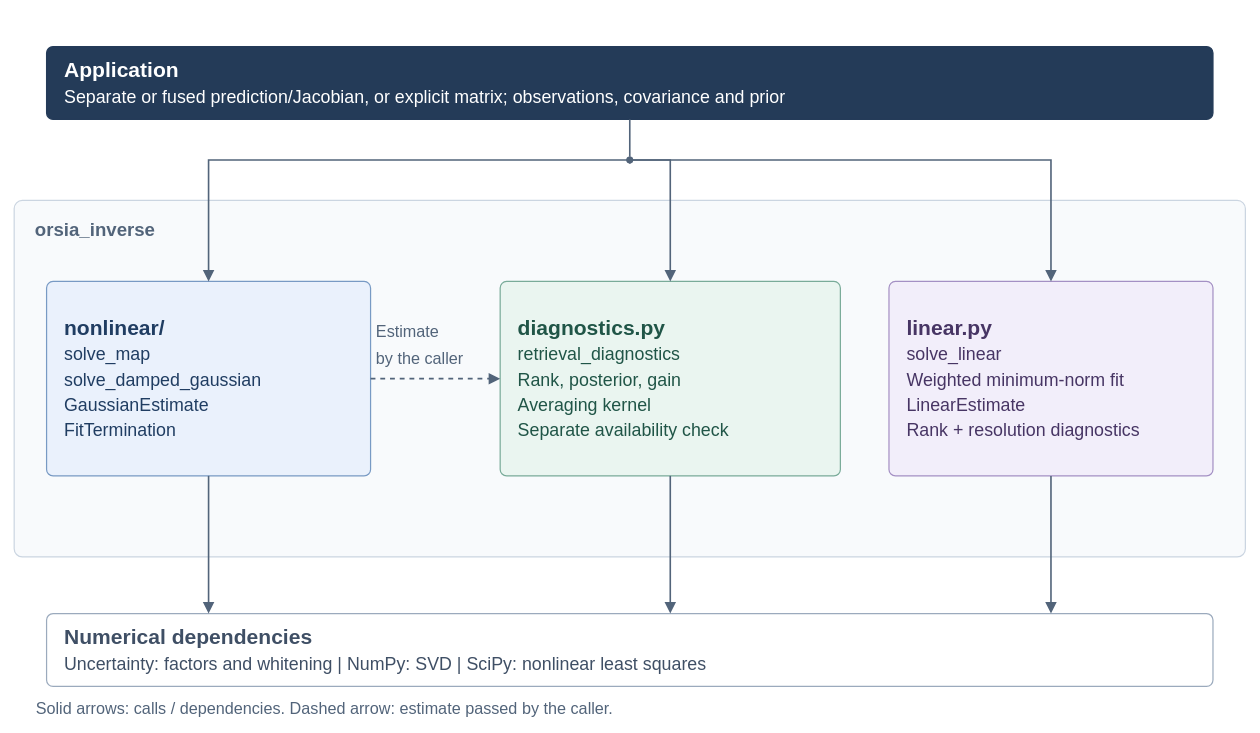
Before: libs/orsia-inverse/docs/diagrams/architecture.drawio in scklab-dev/orsia, a draw.io diagram. Source tidied: cells renumbered, new cells numbered last; positions are measured from the earlier drawing's top-left corner, leaving out a move shared by most shapes. Both pictures are drawn from the tidied source at 81%, with x=0, y=0 at pixel (14, 46).
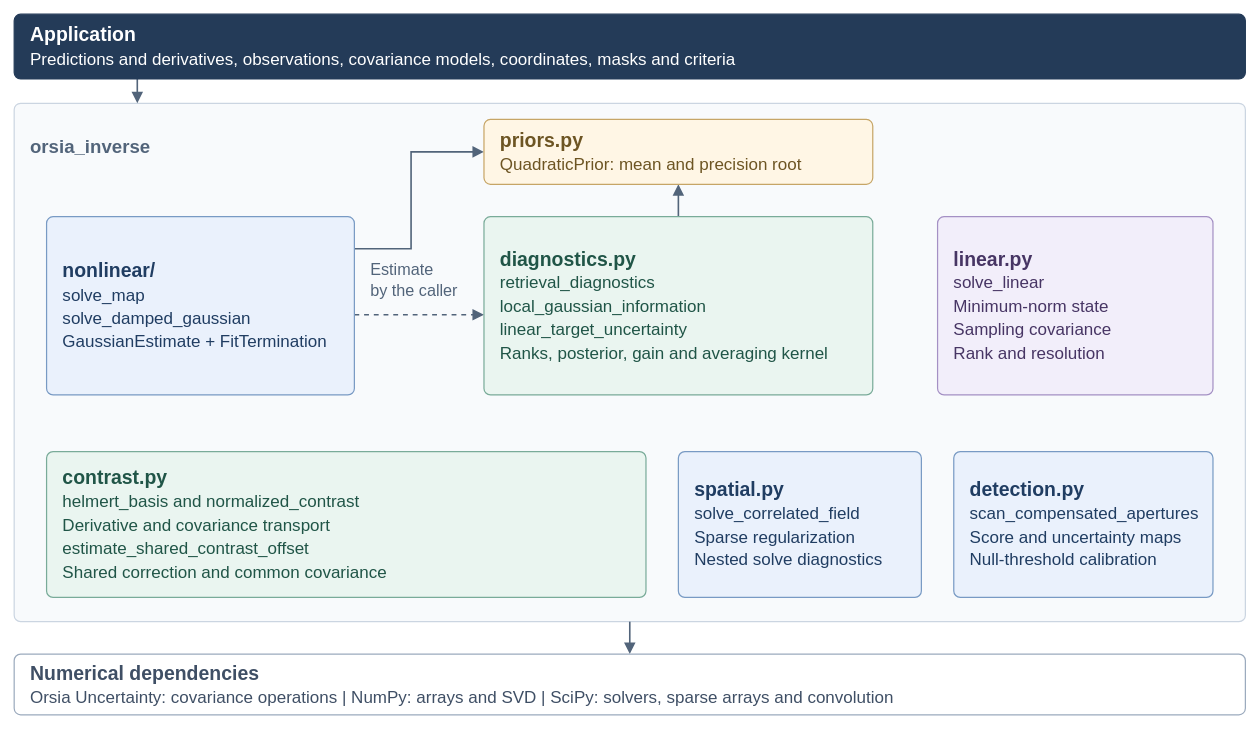
The same diagram, later.

What changed in the source:
```diff
@@
+    <mxCell id="3" value="orsia_inverse" style="rounded=1;absoluteArcSize=1;arcSize=16;whiteSpace=wrap;html=1;align=left;verticalAlign=middle;spacing=20;fontFamily=Helvetica;fontSize=23;fontColor=#52647A;fillColor=#F8FAFC;strokeColor=#CBD5E1;strokeWidth=1.5;verticalAlign=top;spacingTop=16;fontStyle=1;" parent="1" vertex="1">
+      <mxGeometry y="70" width="1520" height="640" as="geometry" />
+    </mxCell>
+    <mxCell id="20" style="edgeStyle=orthogonalEdgeStyle;rounded=0;html=0;endArrow=block;endFill=1;endSize=9;strokeWidth=2;strokeColor=#52647A;fontColor=#52647A;fillColor=none;dashed=0;exitX=0.1;exitY=1;entryX=0.1;entryY=0;" parent="1" edge="1" source="2" target="3">
+      <mxGeometry relative="1" as="geometry" />
+    </mxCell>
+    <mxCell id="21" style="edgeStyle=orthogonalEdgeStyle;rounded=0;html=0;endArrow=block;endFill=1;endSize=9;strokeWidth=2;strokeColor=#52647A;fontColor=#52647A;fillColor=none;dashed=0;exitX=0.5;exitY=1;entryX=0.5;entryY=0;" parent="1" edge="1" source="3" target="13">
+      <mxGeometry relative="1" as="geometry" />
+    </mxCell>
+    <mxCell id="22" style="edgeStyle=orthogonalEdgeStyle;rounded=0;html=0;endArrow=block;endFill=1;endSize=9;strokeWidth=2;strokeColor=#52647A;fontColor=#52647A;fillColor=none;dashed=0;exitX=1;exitY=0.18;entryX=0;entryY=0.5;" parent="3" edge="1" source="4" target="24">
+      <mxGeometry relative="1" as="geometry">
+        <Array as="points">
+          <mxPoint x="490" y="180" />
+          <mxPoint x="490" y="60" />
+        </Array>
+      </mxGeometry>
+    </mxCell>
+    <mxCell id="23" style="edgeStyle=orthogonalEdgeStyle;rounded=0;html=0;endArrow=block;endFill=1;endSize=9;strokeWidth=2;strokeColor=#52647A;fontColor=#52647A;fillColor=none;dashed=0;exitX=0.5;exitY=0;entryX=0.5;entryY=1;" parent="3" edge="1" source="5" target="24">
+      <mxGeometry relative="1" as="geometry" />
+    </mxCell>
+    <mxCell id="10" style="edgeStyle=orthogonalEdgeStyle;rounded=0;html=0;endArrow=block;endFill=1;endSize=9;strokeWidth=2;strokeColor=#52647A;fontColor=#52647A;fillColor=none;dashed=1;exitX=1;exitY=0.55;entryX=0;entryY=0.55;" parent="3" edge="1" source="4" target="5">
+      <mxGeometry relative="1" as="geometry" />
+    </mxCell>
-    <mxCell id="2" value="&lt;b&gt;Application&lt;/b&gt;&lt;br&gt;&lt;span style=&quot;font-size:22px&quot;&gt;Separate or fused prediction/Jacobian, or explicit matrix; observations, covariance and prior&lt;/span&gt;" style="rounded=1;absoluteArcSize=1;arcSize=16;whiteSpace=wrap;html=1;align=left;verticalAlign=middle;spacing=22;fontFamily=Helvetica;fontSize=26;fontColor=#FFFFFF;fillColor=#243B58;strokeColor=#243B58;strokeWidth=1.5;" parent="1" vertex="1">
-      <mxGeometry x="40" width="1440" height="90" as="geometry" />
+    <mxCell id="2" value="&lt;b&gt;Application&lt;/b&gt;&lt;br&gt;&lt;span style=&quot;font-size:21px&quot;&gt;Predictions and derivatives, observations, covariance models, coordinates, masks and criteria&lt;/span&gt;" style="rounded=1;absoluteArcSize=1;arcSize=16;whiteSpace=wrap;html=1;align=left;verticalAlign=middle;spacing=20;fontFamily=Helvetica;fontSize=24;fontColor=#FFFFFF;fillColor=#243B58;strokeColor=#243B58;strokeWidth=1.5;" parent="1" vertex="1">
+      <mxGeometry y="-40" width="1520" height="80" as="geometry" />
     </mxCell>
-    <mxCell id="3" value="orsia_inverse" style="rounded=1;absoluteArcSize=1;arcSize=20;whiteSpace=wrap;html=0;align=left;verticalAlign=top;spacingLeft=24;spacingTop=16;fontFamily=Helvetica;fontSize=23;fontStyle=1;fontColor=#52647A;fillColor=#F8FAFC;strokeColor=#CBD5E1;strokeWidth=1.5;" parent="1" vertex="1">
-      <mxGeometry y="190" width="1520" height="440" as="geometry" />
-    </mxCell>
+    <mxCell id="13" value="&lt;b&gt;Numerical dependencies&lt;/b&gt;&lt;br&gt;&lt;span style=&quot;font-size:21px&quot;&gt;Orsia Uncertainty: covariance operations  |  NumPy: arrays and SVD  |  SciPy: solvers, sparse arrays and convolution&lt;/span&gt;" style="rounded=1;absoluteArcSize=1;arcSize=16;whiteSpace=wrap;html=1;align=left;verticalAlign=middle;spacing=20;fontFamily=Helvetica;fontSize=24;fontColor=#3F4F65;fillColor=#FFFFFF;strokeColor=#9BAABD;strokeWidth=1.5;" parent="1" vertex="1">
+      <mxGeometry y="750" width="1520" height="75" as="geometry" />
+    </mxCell>
+    <mxCell id="24" value="&lt;b&gt;priors.py&lt;/b&gt;&lt;br&gt;&lt;span style=&quot;font-size:21px&quot;&gt;QuadraticPrior: mean and precision root&lt;/span&gt;" style="rounded=1;absoluteArcSize=1;arcSize=16;whiteSpace=wrap;html=1;align=left;verticalAlign=middle;spacing=20;fontFamily=Helvetica;fontSize=24;fontColor=#6D5523;fillColor=#FFF6E5;strokeColor=#C6A566;strokeWidth=1.5;" parent="3" vertex="1">
+      <mxGeometry x="580" y="20" width="480" height="80" as="geometry" />
+    </mxCell>
-    <mxCell id="4" value="&lt;b&gt;nonlinear/&lt;/b&gt;&lt;br&gt;&lt;span style=&quot;font-size:22px&quot;&gt;solve_map&lt;br&gt;solve_damped_gaussian&lt;br&gt;GaussianEstimate&lt;br&gt;FitTermination&lt;/span&gt;" style="rounded=1;absoluteArcSize=1;arcSize=16;whiteSpace=wrap;html=1;align=left;verticalAlign=middle;spacing=22;fontFamily=Helvetica;fontSize=26;fontColor=#203D62;fillColor=#EAF1FC;strokeColor=#789AC4;strokeWidth=1.5;" parent="3" vertex="1">
-      <mxGeometry x="40" y="100" width="400" height="240" as="geometry" />
+    <mxCell id="4" value="&lt;b&gt;nonlinear/&lt;/b&gt;&lt;br&gt;&lt;span style=&quot;font-size:21px&quot;&gt;solve_map&lt;br&gt;solve_damped_gaussian&lt;br&gt;GaussianEstimate + FitTermination&lt;/span&gt;" style="rounded=1;absoluteArcSize=1;arcSize=16;whiteSpace=wrap;html=1;align=left;verticalAlign=middle;spacing=20;fontFamily=Helvetica;fontSize=24;fontColor=#203D62;fillColor=#EAF1FC;strokeColor=#789AC4;strokeWidth=1.5;" parent="3" vertex="1">
+      <mxGeometry x="40" y="140" width="380" height="220" as="geometry" />
     </mxCell>
-    <mxCell id="5" value="&lt;b&gt;diagnostics.py&lt;/b&gt;&lt;br&gt;&lt;span style=&quot;font-size:22px&quot;&gt;retrieval_diagnostics&lt;br&gt;Rank, posterior, gain&lt;br&gt;Averaging kernel&lt;br&gt;Separate availability check&lt;/span&gt;" style="rounded=1;absoluteArcSize=1;arcSize=16;whiteSpace=wrap;html=1;align=left;verticalAlign=middle;spacing=22;fontFamily=Helvetica;fontSize=26;fontColor=#205547;fillColor=#EAF5F0;strokeColor=#79AB99;strokeWidth=1.5;" parent="3" vertex="1">
-      <mxGeometry x="600" y="100" width="420" height="240" as="geometry" />
+    <mxCell id="5" value="&lt;b&gt;diagnostics.py&lt;/b&gt;&lt;br&gt;&lt;span style=&quot;font-size:21px&quot;&gt;retrieval_diagnostics&lt;br&gt;local_gaussian_information&lt;br&gt;linear_target_uncertainty&lt;br&gt;Ranks, posterior, gain and averaging kernel&lt;/span&gt;" style="rounded=1;absoluteArcSize=1;arcSize=16;whiteSpace=wrap;html=1;align=left;verticalAlign=middle;spacing=20;fontFamily=Helvetica;fontSize=24;fontColor=#205547;fillColor=#EAF5F0;strokeColor=#79AB99;strokeWidth=1.5;" parent="3" vertex="1">
+      <mxGeometry x="580" y="140" width="480" height="220" as="geometry" />
     </mxCell>
-    <mxCell id="6" style="ellipse;html=0;fillColor=#52647A;strokeColor=#52647A;fontColor=#52647A;" parent="1" vertex="1">
-      <mxGeometry x="756" y="136" width="8" height="8" as="geometry" />
-    </mxCell>
-    <mxCell id="7" style="edgeStyle=orthogonalEdgeStyle;rounded=0;html=0;exitX=0.5;exitY=1;entryX=0.5;entryY=0;endArrow=none;endFill=1;endSize=9;strokeWidth=2;strokeColor=#52647A;fontColor=#52647A;fillColor=none;dashed=0;" parent="1" edge="1" source="2" target="6">
-      <mxGeometry relative="1" as="geometry" />
-    </mxCell>
-    <mxCell id="8" style="edgeStyle=orthogonalEdgeStyle;rounded=0;html=0;exitX=0.5;exitY=1;entryX=0.5;entryY=0;endArrow=block;endFill=1;endSize=9;strokeWidth=2;strokeColor=#52647A;fontColor=#52647A;fillColor=none;dashed=0;" parent="1" edge="1" source="6" target="4">
-      <mxGeometry relative="1" as="geometry">
-        <Array as="points">
-          <mxPoint x="240" y="140" />
-        </Array>
-      </mxGeometry>
-    </mxCell>
-    <mxCell id="9" style="edgeStyle=orthogonalEdgeStyle;rounded=0;html=0;exitX=0.5;exitY=1;entryX=0.5;entryY=0;endArrow=block;endFill=1;endSize=9;strokeWidth=2;strokeColor=#52647A;fontColor=#52647A;fillColor=none;dashed=0;" parent="1" edge="1" source="6" target="5">
-      <mxGeometry relative="1" as="geometry">
-        <Array as="points">
-          <mxPoint x="810" y="140" />
-        </Array>
-      </mxGeometry>
-    </mxCell>
-    <mxCell id="10" style="edgeStyle=orthogonalEdgeStyle;rounded=0;html=0;exitX=1;exitY=0.5;entryX=0;entryY=0.5;endArrow=block;endFill=1;endSize=9;strokeWidth=2;strokeColor=#52647A;fontColor=#52647A;fillColor=none;dashed=1;" parent="3" edge="1" source="4" target="5">
-      <mxGeometry relative="1" as="geometry" />
-    </mxCell>
+    <mxCell id="17" value="&lt;b&gt;linear.py&lt;/b&gt;&lt;br&gt;&lt;span style=&quot;font-size:21px&quot;&gt;solve_linear&lt;br&gt;Minimum-norm state&lt;br&gt;Sampling covariance&lt;br&gt;Rank and resolution&lt;/span&gt;" style="rounded=1;absoluteArcSize=1;arcSize=16;whiteSpace=wrap;html=1;align=left;verticalAlign=middle;spacing=20;fontFamily=Helvetica;fontSize=24;fontColor=#473564;fillColor=#F2EEFA;strokeColor=#A490C4;strokeWidth=1.5;" parent="3" vertex="1">
+      <mxGeometry x="1140" y="140" width="340" height="220" as="geometry" />
+    </mxCell>
+    <mxCell id="25" value="&lt;b&gt;contrast.py&lt;/b&gt;&lt;br&gt;&lt;span style=&quot;font-size:21px&quot;&gt;helmert_basis and normalized_contrast&lt;br&gt;Derivative and covariance transport&lt;br&gt;estimate_shared_contrast_offset&lt;br&gt;Shared correction and common covariance&lt;/span&gt;" style="rounded=1;absoluteArcSize=1;arcSize=16;whiteSpace=wrap;html=1;align=left;verticalAlign=middle;spacing=20;fontFamily=Helvetica;fontSize=24;fontColor=#205547;fillColor=#EAF5F0;strokeColor=#79AB99;strokeWidth=1.5;" parent="3" vertex="1">
+      <mxGeometry x="40" y="430" width="740" height="180" as="geometry" />
+    </mxCell>
+    <mxCell id="26" value="&lt;b&gt;spatial.py&lt;/b&gt;&lt;br&gt;&lt;span style=&quot;font-size:21px&quot;&gt;solve_correlated_field&lt;br&gt;Sparse regularization&lt;br&gt;Nested solve diagnostics&lt;/span&gt;" style="rounded=1;absoluteArcSize=1;arcSize=16;whiteSpace=wrap;html=1;align=left;verticalAlign=middle;spacing=20;fontFamily=Helvetica;fontSize=24;fontColor=#203D62;fillColor=#EAF1FC;strokeColor=#789AC4;strokeWidth=1.5;" parent="3" vertex="1">
+      <mxGeometry x="820" y="430" width="300" height="180" as="geometry" />
+    </mxCell>
+    <mxCell id="27" value="&lt;b&gt;detection.py&lt;/b&gt;&lt;br&gt;&lt;span style=&quot;font-size:21px&quot;&gt;scan_compensated_apertures&lt;br&gt;Score and uncertainty maps&lt;br&gt;Null-threshold calibration&lt;/span&gt;" style="rounded=1;absoluteArcSize=1;arcSize=16;whiteSpace=wrap;html=1;align=left;verticalAlign=middle;spacing=20;fontFamily=Helvetica;fontSize=24;fontColor=#203D62;fillColor=#EAF1FC;strokeColor=#789AC4;strokeWidth=1.5;" parent="3" vertex="1">
+      <mxGeometry x="1160" y="430" width="320" height="180" as="geometry" />
+    </mxCell>
-    <mxCell id="11" value="Estimate" style="text;html=0;align=left;verticalAlign=middle;fontFamily=Helvetica;fontSize=20;fontStyle=0;fontColor=#52647A;fillColor=none;strokeColor=none;" parent="1" vertex="1">
-      <mxGeometry x="445" y="335" width="140" height="30" as="geometry" />
+    <mxCell id="11" value="Estimate" style="text;html=0;align=left;verticalAlign=middle;fontFamily=Helvetica;fontSize=20;fontStyle=0;fontColor=#52647A;fillColor=none;strokeColor=none;" parent="3" vertex="1">
+      <mxGeometry x="438" y="190" width="135" height="26" as="geometry" />
     </mxCell>
-    <mxCell id="12" value="by the caller" style="text;html=0;align=left;verticalAlign=middle;fontFamily=Helvetica;fontSize=20;fontStyle=0;fontColor=#52647A;fillColor=none;strokeColor=none;" parent="1" vertex="1">
-      <mxGeometry x="445" y="370" width="140" height="26" as="geometry" />
+    <mxCell id="12" value="by the caller" style="text;html=0;align=left;verticalAlign=middle;fontFamily=Helvetica;fontSize=20;fontStyle=0;fontColor=#52647A;fillColor=none;strokeColor=none;" parent="3" vertex="1">
+      <mxGeometry x="438" y="217" width="135" height="26" as="geometry" />
     </mxCell>
-    <mxCell id="13" value="&lt;b&gt;Numerical dependencies&lt;/b&gt;&lt;br&gt;&lt;span style=&quot;font-size:22px&quot;&gt;Uncertainty: factors and whitening | NumPy: SVD | SciPy: nonlinear least squares&lt;/span&gt;" style="rounded=1;absoluteArcSize=1;arcSize=16;whiteSpace=wrap;html=1;align=left;verticalAlign=middle;spacing=22;fontFamily=Helvetica;fontSize=26;fontColor=#3F4F65;fillColor=#FFFFFF;strokeColor=#9BAABD;strokeWidth=1.5;" parent="1" vertex="1">
-      <mxGeometry x="40" y="700" width="1440" height="90" as="geometry" />
-    </mxCell>
-    <mxCell id="14" style="edgeStyle=orthogonalEdgeStyle;rounded=0;html=0;exitX=0.5;exitY=1;entryX=0.1388888888888889;entryY=0;endArrow=block;endFill=1;endSize=9;strokeWidth=2;strokeColor=#52647A;fontColor=#52647A;fillColor=none;dashed=0;" parent="1" edge="1" source="4" target="13">
-      <mxGeometry relative="1" as="geometry" />
-    </mxCell>
-    <mxCell id="15" style="edgeStyle=orthogonalEdgeStyle;rounded=0;html=0;exitX=0.5;exitY=1;entryX=0.5347222222222222;entryY=0;endArrow=block;endFill=1;endSize=9;strokeWidth=2;strokeColor=#52647A;fontColor=#52647A;fillColor=none;dashed=0;" parent="1" edge="1" source="5" target="13">
-      <mxGeometry relative="1" as="geometry" />
-    </mxCell>
-    <mxCell id="16" value="Solid arrows: calls / dependencies. Dashed arrow: estimate passed by the caller." style="text;html=0;align=left;verticalAlign=middle;fontFamily=Helvetica;fontSize=20;fontStyle=0;fontColor=#52647A;fillColor=none;strokeColor=none;" parent="1" vertex="1">
-      <mxGeometry x="25" y="800" width="1460" height="30" as="geometry" />
-    </mxCell>
-    <mxCell id="17" value="&lt;b&gt;linear.py&lt;/b&gt;&lt;br&gt;&lt;span style=&quot;font-size:22px&quot;&gt;solve_linear&lt;br&gt;Weighted minimum-norm fit&lt;br&gt;LinearEstimate&lt;br&gt;Rank + resolution diagnostics&lt;/span&gt;" style="rounded=1;absoluteArcSize=1;arcSize=16;whiteSpace=wrap;html=1;align=left;verticalAlign=middle;spacing=22;fontFamily=Helvetica;fontSize=26;fontColor=#473564;fillColor=#F2EEFA;strokeColor=#A490C4;strokeWidth=1.5;" parent="3" vertex="1">
-      <mxGeometry x="1080" y="100" width="400" height="240" as="geometry" />
-    </mxCell>
-    <mxCell id="18" style="edgeStyle=orthogonalEdgeStyle;rounded=0;html=0;exitX=0.5;exitY=1;entryX=0.5;entryY=0;endArrow=block;endFill=1;endSize=9;strokeWidth=2;strokeColor=#52647A;fontColor=#52647A;fillColor=none;dashed=0;" parent="1" edge="1" source="6" target="17">
-      <mxGeometry relative="1" as="geometry">
-        <Array as="points">
-          <mxPoint x="1280" y="140" />
-        </Array>
-      </mxGeometry>
-    </mxCell>
-    <mxCell id="19" style="edgeStyle=orthogonalEdgeStyle;rounded=0;html=0;exitX=0.5;exitY=1;entryX=0.8611111111111112;entryY=0;endArrow=block;endFill=1;endSize=9;strokeWidth=2;strokeColor=#52647A;fontColor=#52647A;fillColor=none;dashed=0;" parent="1" edge="1" source="17" target="13">
-      <mxGeometry relative="1" as="geometry" />
-    </mxCell>
```
